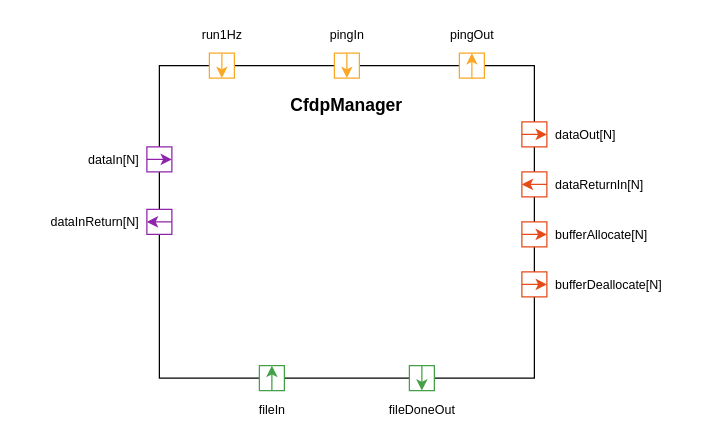
This is Svc/Ccsds/CfdpManager/docs/img/CfdpManager.drawio from FireflySpace/fprime, a draw.io file, before an edit. Source tidied: cells renumbered, new cells numbered last; positions are measured from the earlier drawing's top-left corner, leaving out a move shared by most shapes. Both pictures are drawn from the tidied source at 125%, with x=0, y=0 at pixel (21, 21).
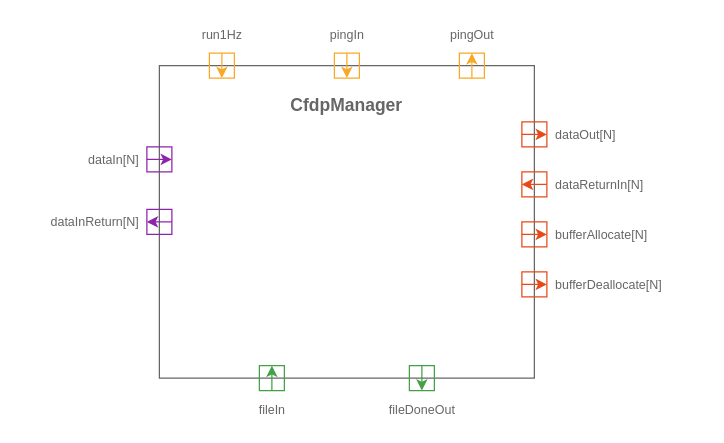
After the change.

What changed in the source:
```diff
@@
-    <mxCell id="2" value="&lt;br&gt;CfdpManager" style="rounded=0;whiteSpace=wrap;html=1;fillColor=#FFFFFF;strokeColor=#000000;fontSize=14;fontStyle=1;verticalAlign=top;" parent="1" vertex="1">
+    <mxCell id="2" value="&lt;br&gt;CfdpManager" style="rounded=0;whiteSpace=wrap;html=1;fillColor=none;strokeColor=#666666;fontSize=14;fontStyle=1;verticalAlign=top;fontColor=#666666;" parent="1" vertex="1">
       <mxGeometry x="110" y="35" width="300" height="250" as="geometry" />
     </mxCell>
-    <mxCell id="3" style="rounded=0;whiteSpace=wrap;html=1;fillColor=#FFFFFF;strokeColor=#f9a825;" parent="1" vertex="1">
+    <mxCell id="3" style="rounded=0;whiteSpace=wrap;html=1;fillColor=none;strokeColor=#f9a825;" parent="1" vertex="1">
       <mxGeometry x="150" y="25" width="20" height="20" as="geometry" />
     </mxCell>
-    <mxCell id="4" value="run1Hz" style="text;html=1;align=center;verticalAlign=middle;fontSize=10;" parent="1" vertex="1">
+    <mxCell id="4" value="run1Hz" style="text;html=1;align=center;verticalAlign=middle;fontSize=10;fontColor=#666666;" parent="1" vertex="1">
       <mxGeometry x="140" width="40" height="20" as="geometry" />
     </mxCell>
@@
-    <mxCell id="6" style="rounded=0;whiteSpace=wrap;html=1;fillColor=#FFFFFF;strokeColor=#f9a825;" parent="1" vertex="1">
+    <mxCell id="6" style="rounded=0;whiteSpace=wrap;html=1;fillColor=none;strokeColor=#f9a825;" parent="1" vertex="1">
       <mxGeometry x="250" y="25" width="20" height="20" as="geometry" />
     </mxCell>
-    <mxCell id="7" value="pingIn" style="text;html=1;align=center;verticalAlign=middle;fontSize=10;" parent="1" vertex="1">
+    <mxCell id="7" value="pingIn" style="text;html=1;align=center;verticalAlign=middle;fontSize=10;fontColor=#666666;" parent="1" vertex="1">
       <mxGeometry x="240" width="40" height="20" as="geometry" />
     </mxCell>
@@
-    <mxCell id="9" style="rounded=0;whiteSpace=wrap;html=1;fillColor=#FFFFFF;strokeColor=#f9a825;" parent="1" vertex="1">
+    <mxCell id="9" style="rounded=0;whiteSpace=wrap;html=1;fillColor=none;strokeColor=#f9a825;" parent="1" vertex="1">
       <mxGeometry x="350" y="25" width="20" height="20" as="geometry" />
     </mxCell>
-    <mxCell id="10" value="pingOut" style="text;html=1;align=center;verticalAlign=middle;fontSize=10;" parent="1" vertex="1">
+    <mxCell id="10" value="pingOut" style="text;html=1;align=center;verticalAlign=middle;fontSize=10;fontColor=#666666;" parent="1" vertex="1">
       <mxGeometry x="335" width="50" height="20" as="geometry" />
     </mxCell>
@@
-    <mxCell id="12" style="rounded=0;whiteSpace=wrap;html=1;fillColor=#FFFFFF;strokeColor=#8e24aa;" parent="1" vertex="1">
+    <mxCell id="12" style="rounded=0;whiteSpace=wrap;html=1;fillColor=none;strokeColor=#8e24aa;" parent="1" vertex="1">
       <mxGeometry x="100" y="100" width="20" height="20" as="geometry" />
     </mxCell>
-    <mxCell id="13" value="dataIn[N]" style="text;html=1;align=right;verticalAlign=middle;fontSize=10;" parent="1" vertex="1">
+    <mxCell id="13" value="dataIn[N]" style="text;html=1;align=right;verticalAlign=middle;fontSize=10;fontColor=#666666;" parent="1" vertex="1">
       <mxGeometry x="30" y="100" width="65" height="20" as="geometry" />
     </mxCell>
@@
-    <mxCell id="15" style="rounded=0;whiteSpace=wrap;html=1;fillColor=#FFFFFF;strokeColor=#8e24aa;" parent="1" vertex="1">
+    <mxCell id="15" style="rounded=0;whiteSpace=wrap;html=1;fillColor=none;strokeColor=#8e24aa;" parent="1" vertex="1">
       <mxGeometry x="100" y="150" width="20" height="20" as="geometry" />
     </mxCell>
-    <mxCell id="16" value="dataInReturn[N]" style="text;html=1;align=right;verticalAlign=middle;fontSize=10;" parent="1" vertex="1">
+    <mxCell id="16" value="dataInReturn[N]" style="text;html=1;align=right;verticalAlign=middle;fontSize=10;fontColor=#666666;" parent="1" vertex="1">
       <mxGeometry y="150" width="95" height="20" as="geometry" />
     </mxCell>
@@
-    <mxCell id="18" style="rounded=0;whiteSpace=wrap;html=1;fillColor=#FFFFFF;strokeColor=#e64a19;" parent="1" vertex="1">
+    <mxCell id="18" style="rounded=0;whiteSpace=wrap;html=1;fillColor=none;strokeColor=#e64a19;" parent="1" vertex="1">
       <mxGeometry x="400" y="80" width="20" height="20" as="geometry" />
     </mxCell>
-    <mxCell id="19" value="dataOut[N]" style="text;html=1;align=left;verticalAlign=middle;fontSize=10;" parent="1" vertex="1">
+    <mxCell id="19" value="dataOut[N]" style="text;html=1;align=left;verticalAlign=middle;fontSize=10;fontColor=#666666;" parent="1" vertex="1">
       <mxGeometry x="425" y="80" width="75" height="20" as="geometry" />
     </mxCell>
@@
-    <mxCell id="21" style="rounded=0;whiteSpace=wrap;html=1;fillColor=#FFFFFF;strokeColor=#e64a19;" parent="1" vertex="1">
+    <mxCell id="21" style="rounded=0;whiteSpace=wrap;html=1;fillColor=none;strokeColor=#e64a19;" parent="1" vertex="1">
       <mxGeometry x="400" y="120" width="20" height="20" as="geometry" />
     </mxCell>
-    <mxCell id="22" value="dataReturnIn[N]" style="text;html=1;align=left;verticalAlign=middle;fontSize=10;" parent="1" vertex="1">
+    <mxCell id="22" value="dataReturnIn[N]" style="text;html=1;align=left;verticalAlign=middle;fontSize=10;fontColor=#666666;" parent="1" vertex="1">
       <mxGeometry x="425" y="120" width="100" height="20" as="geometry" />
     </mxCell>
@@
-    <mxCell id="24" style="rounded=0;whiteSpace=wrap;html=1;fillColor=#FFFFFF;strokeColor=#e64a19;" parent="1" vertex="1">
+    <mxCell id="24" style="rounded=0;whiteSpace=wrap;html=1;fillColor=none;strokeColor=#e64a19;" parent="1" vertex="1">
       <mxGeometry x="400" y="160" width="20" height="20" as="geometry" />
     </mxCell>
-    <mxCell id="25" value="bufferAllocate[N]" style="text;html=1;align=left;verticalAlign=middle;fontSize=10;" parent="1" vertex="1">
+    <mxCell id="25" value="bufferAllocate[N]" style="text;html=1;align=left;verticalAlign=middle;fontSize=10;fontColor=#666666;" parent="1" vertex="1">
       <mxGeometry x="425" y="160" width="110" height="20" as="geometry" />
     </mxCell>
@@
-    <mxCell id="27" style="rounded=0;whiteSpace=wrap;html=1;fillColor=#FFFFFF;strokeColor=#e64a19;" parent="1" vertex="1">
+    <mxCell id="27" style="rounded=0;whiteSpace=wrap;html=1;fillColor=none;strokeColor=#e64a19;" parent="1" vertex="1">
       <mxGeometry x="400" y="200" width="20" height="20" as="geometry" />
     </mxCell>
-    <mxCell id="28" value="bufferDeallocate[N]" style="text;html=1;align=left;verticalAlign=middle;fontSize=10;" parent="1" vertex="1">
+    <mxCell id="28" value="bufferDeallocate[N]" style="text;html=1;align=left;verticalAlign=middle;fontSize=10;fontColor=#666666;" parent="1" vertex="1">
       <mxGeometry x="425" y="200" width="120" height="20" as="geometry" />
     </mxCell>
@@
-    <mxCell id="30" style="rounded=0;whiteSpace=wrap;html=1;fillColor=#FFFFFF;strokeColor=#43a047;" parent="1" vertex="1">
+    <mxCell id="30" style="rounded=0;whiteSpace=wrap;html=1;fillColor=none;strokeColor=#43a047;" parent="1" vertex="1">
       <mxGeometry x="190" y="275" width="20" height="20" as="geometry" />
     </mxCell>
-    <mxCell id="31" value="fileIn" style="text;html=1;align=center;verticalAlign=middle;fontSize=10;" parent="1" vertex="1">
+    <mxCell id="31" value="fileIn" style="text;html=1;align=center;verticalAlign=middle;fontSize=10;fontColor=#666666;" parent="1" vertex="1">
       <mxGeometry x="175" y="300" width="50" height="20" as="geometry" />
     </mxCell>
@@
-    <mxCell id="33" style="rounded=0;whiteSpace=wrap;html=1;fillColor=#FFFFFF;strokeColor=#43a047;" parent="1" vertex="1">
+    <mxCell id="33" style="rounded=0;whiteSpace=wrap;html=1;fillColor=none;strokeColor=#43a047;" parent="1" vertex="1">
       <mxGeometry x="310" y="275" width="20" height="20" as="geometry" />
     </mxCell>
-    <mxCell id="34" value="fileDoneOut" style="text;html=1;align=center;verticalAlign=middle;fontSize=10;" parent="1" vertex="1">
+    <mxCell id="34" value="fileDoneOut" style="text;html=1;align=center;verticalAlign=middle;fontSize=10;fontColor=#666666;" parent="1" vertex="1">
       <mxGeometry x="285" y="300" width="70" height="20" as="geometry" />
     </mxCell>
```
